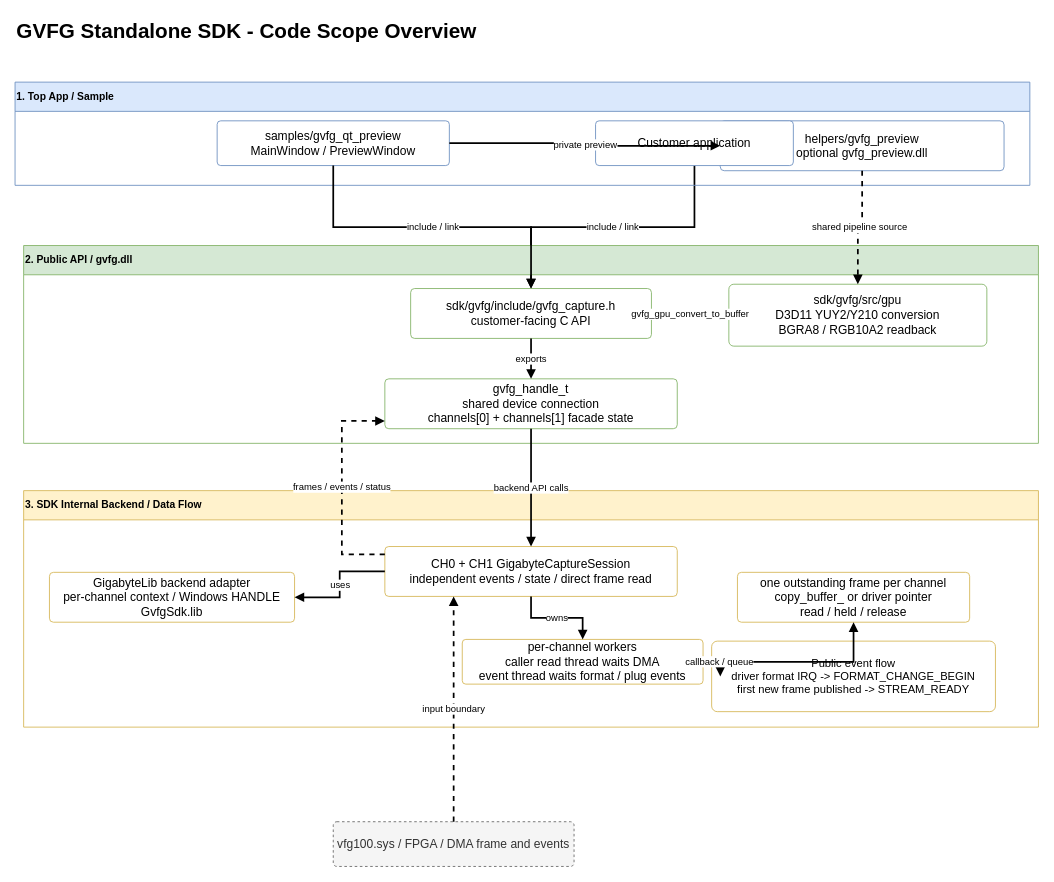
Before: docs/GVFG_ARCHITECTURE_OVERVIEW.drawio in MarquezLin/GVFG_Standalone, a draw.io diagram. Source tidied: cells renumbered, new cells numbered last; positions are measured from the earlier drawing's top-left corner, leaving out a move shared by most shapes. Both pictures are drawn from the tidied source at 86%, with x=0, y=0 at pixel (15, 15).
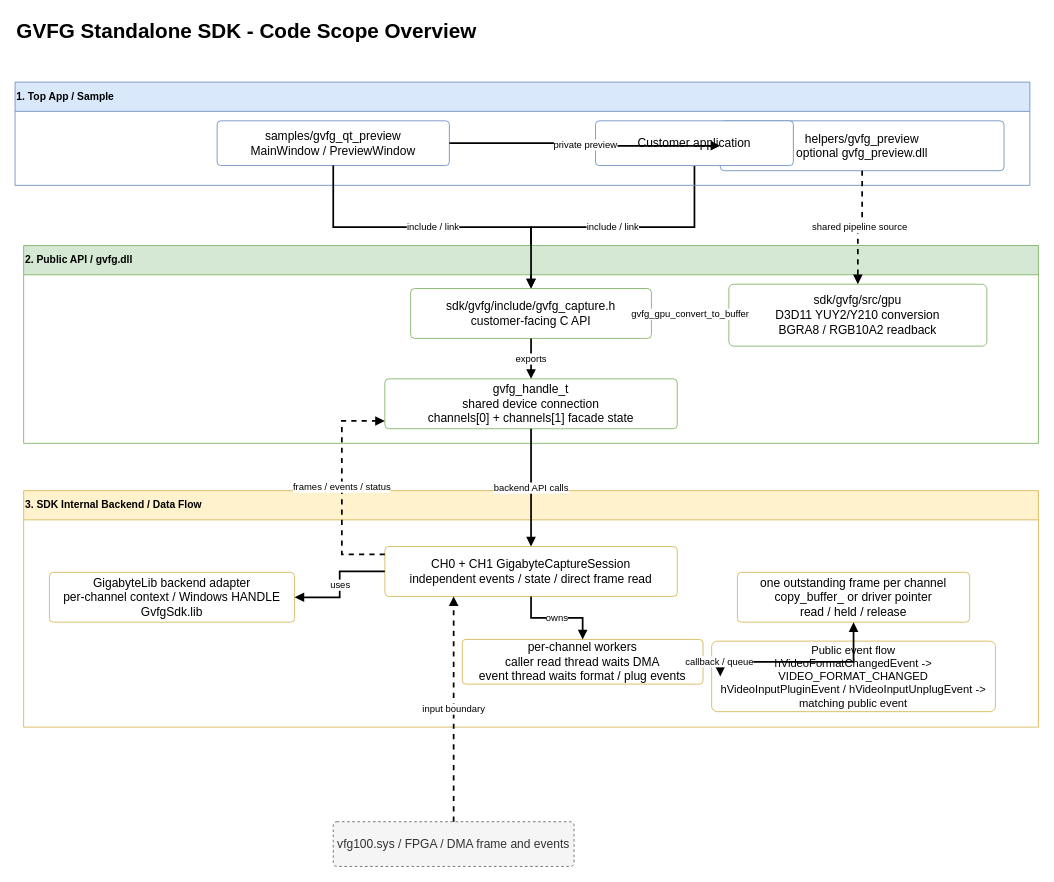
Above is the later version.

What changed in the source:
```diff
@@
-    <mxCell id="19" value="Public event flow&lt;br&gt;driver format IRQ -&gt; FORMAT_CHANGE_BEGIN&lt;br&gt;first new frame published -&gt; STREAM_READY" style="rounded=1;whiteSpace=wrap;html=1;arcSize=8;fillColor=#ffffff;strokeColor=#d6b656;fontSize=13;" parent="1" vertex="1">
+    <mxCell id="19" value="Public event flow&lt;br&gt;hVideoFormatChangedEvent -&gt; VIDEO_FORMAT_CHANGED&lt;br&gt;hVideoInputPluginEvent / hVideoInputUnplugEvent -&gt; matching public event" style="rounded=1;whiteSpace=wrap;html=1;arcSize=8;fillColor=#ffffff;strokeColor=#d6b656;fontSize=13;" parent="1" vertex="1">
       <mxGeometry x="810" y="728" width="330" height="82" as="geometry" />
     </mxCell>
```
